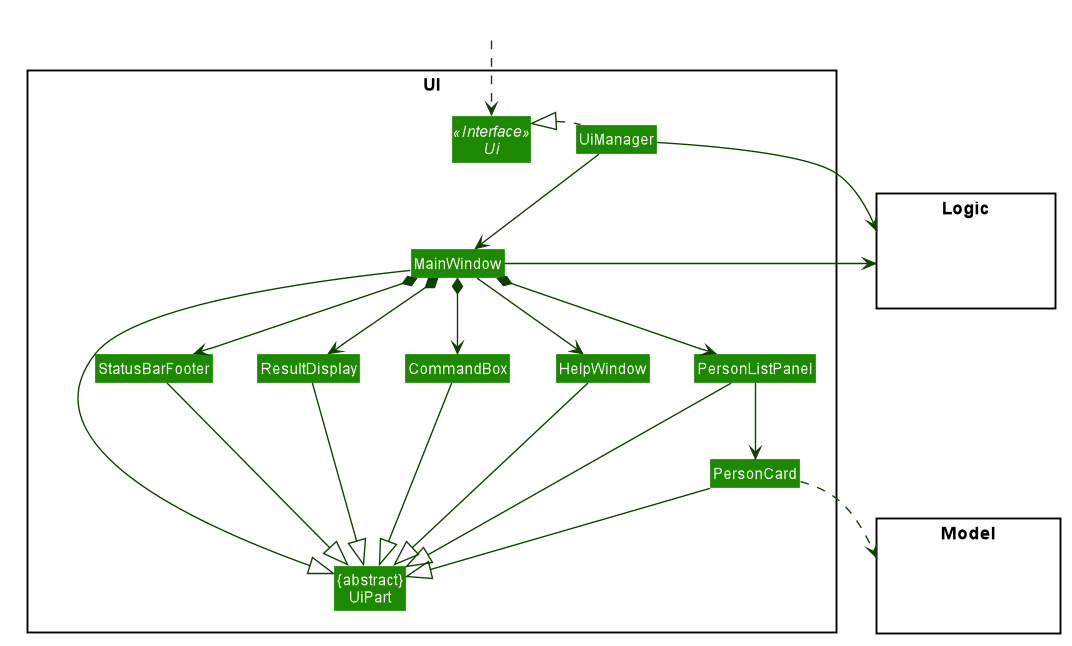
Earlier version of the PlantUML export docs/images/UiClassDiagram.png (syinyichen/main). The source it was exported from:
```plantuml
@startuml








skinparam BackgroundColor #FFFFFFF

skinparam Shadowing false

skinparam Class {
    FontColor #FFFFFF
    BorderThickness 1
    BorderColor #FFFFFF
    StereotypeFontColor #FFFFFF
    FontName Arial
    AttributeFontColor #FFFFFF
    AttributeFontName Arial
}

skinparam Actor {
    BorderColor #000000
    Color #000000
    FontName Arial
}

skinparam Sequence {
    MessageAlign center
    BoxFontSize 15
    BoxPadding 0
    BoxFontColor #FFFFFF
    FontName Arial
}

skinparam Participant {
    FontColor #FFFFFFF
    Padding 20
}

skinparam MinClassWidth 50
skinparam ParticipantPadding 10
skinparam Shadowing false
skinparam DefaultTextAlignment center
skinparam packageStyle Rectangle

hide footbox
hide members
hide circle
skinparam arrowThickness 1.1
skinparam arrowColor #0E4100
skinparam classBackgroundColor #1D8900

package UI <<Rectangle>>{
Interface Ui <<Interface>>
Class "{abstract}\nUiPart" as UiPart
Class UiManager
Class MainWindow
Class HelpWindow
Class ResultDisplay
Class PersonListPanel
Class PersonCard
Class StatusBarFooter
Class CommandBox
}

package Model <<Rectangle>> {
Class HiddenModel #FFFFFF
}

package Logic <<Rectangle>> {
Class HiddenLogic #FFFFFF
}

Class HiddenOutside #FFFFFF
HiddenOutside ..> Ui

UiManager .[hidden]left.|> Ui
UiManager .left.|> Ui
UiManager -down-> MainWindow
MainWindow --> HelpWindow
MainWindow *-down-> CommandBox
MainWindow *-down-> ResultDisplay
MainWindow *-down-> PersonListPanel
MainWindow *-down-> StatusBarFooter

PersonListPanel -down-> PersonCard

MainWindow -left-|> UiPart

ResultDisplay --|> UiPart
CommandBox --|> UiPart
PersonListPanel --|> UiPart
PersonCard --|> UiPart
StatusBarFooter --|> UiPart
HelpWindow -down-|> UiPart

PersonCard ..> Model
UiManager -right-> Logic
MainWindow -left-> Logic

PersonListPanel -[hidden]left- HelpWindow
HelpWindow -[hidden]left- CommandBox
CommandBox -[hidden]left- ResultDisplay
ResultDisplay -[hidden]left- StatusBarFooter

MainWindow -[hidden]-|> UiPart
@enduml
```
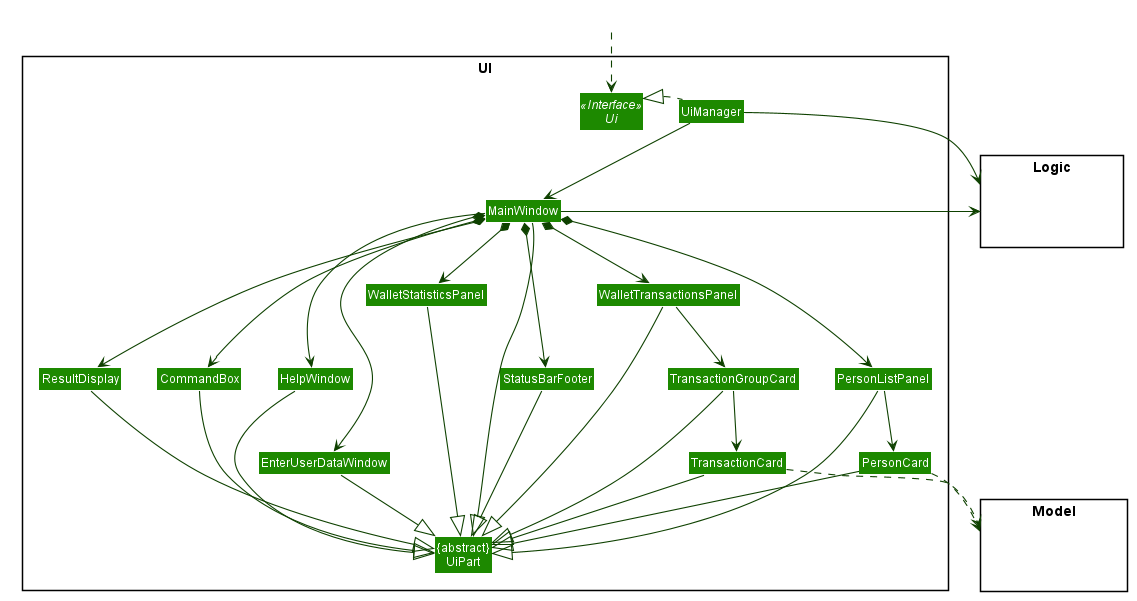
Above is the later version.

Commit message:
Updated UI model diagram

Change to the diagram source:
```diff
@@ -64,6 +64,11 @@
 Class PersonCard
 Class StatusBarFooter
 Class CommandBox
+Class EnterUserDataWindow
+Class TransactionCard
+Class TransactionGroupCard
+Class WalletStatisticsPanel
+Class WalletTransactionsPanel
 }
 
 package Model <<Rectangle>> {
@@ -83,10 +88,15 @@
 MainWindow --> HelpWindow
 MainWindow *-down-> CommandBox
 MainWindow *-down-> ResultDisplay
+MainWindow *-down-> StatusBarFooter
+MainWindow *-down-> EnterUserDataWindow
+MainWindow *-down-> WalletStatisticsPanel
+MainWindow *-down-> WalletTransactionsPanel
 MainWindow *-down-> PersonListPanel
-MainWindow *-down-> StatusBarFooter
 
 PersonListPanel -down-> PersonCard
+WalletTransactionsPanel -down-> TransactionGroupCard
+TransactionGroupCard -down-> TransactionCard
 
 MainWindow -left-|> UiPart
 
@@ -96,8 +106,14 @@
 PersonCard --|> UiPart
 StatusBarFooter --|> UiPart
 HelpWindow -down-|> UiPart
+EnterUserDataWindow --|> UiPart
+WalletTransactionsPanel --|> UiPart
+WalletStatisticsPanel --|> UiPart
+TransactionGroupCard --|> UiPart
+TransactionCard --|> UiPart
 
 PersonCard ..> Model
+TransactionCard ..> Model
 UiManager -right-> Logic
 MainWindow -left-> Logic
 
```
